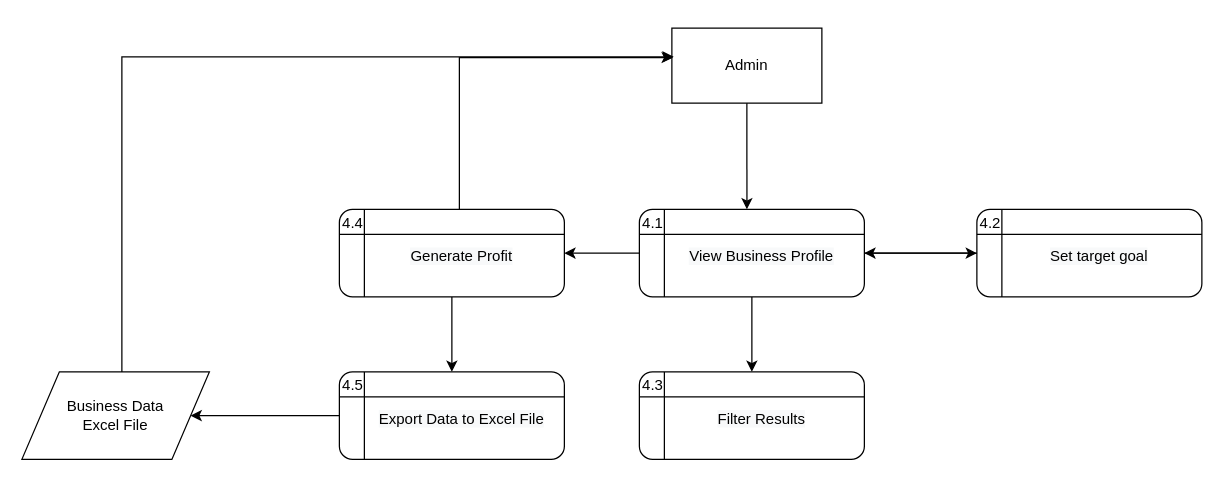
Before: page "Revision Level 2 DFD (Business Analytics)" (10 of 10) of DFD DIAGRAMS.drawio in BryanFabellore/Team_SPOTLIGHT, a draw.io diagram. Source tidied: cells renumbered, new cells numbered last; positions are measured from the earlier drawing's top-left corner, leaving out a move shared by most shapes. Both pictures are drawn from the tidied source at 125%, with x=0, y=0 at pixel (21, 28).
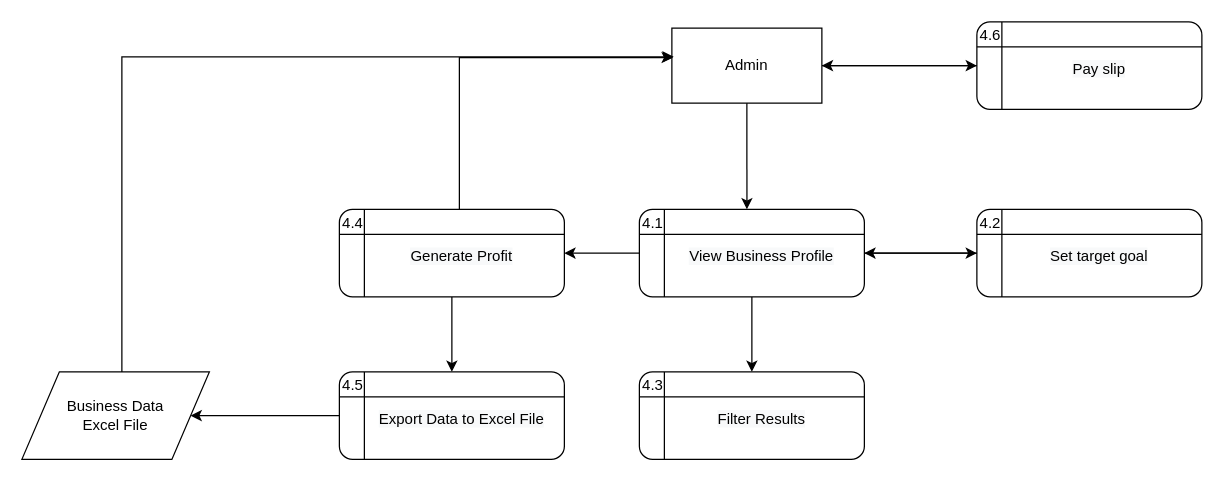
After the change.

The change refers to these unchanged cells:
```xml
<mxCell id="8" value="Admin" style="rounded=0;whiteSpace=wrap;html=1;strokeColor=default;fontFamily=Helvetica;fontSize=12;fontColor=default;fillColor=#FFFFFF;" parent="1" vertex="1">
  <mxGeometry x="520" width="120" height="60" as="geometry" />
</mxCell>
```

Change to the diagram source:
```diff
@@
+    <mxCell id="38" style="edgeStyle=orthogonalEdgeStyle;rounded=0;jettySize=auto;html=1;entryX=0;entryY=0.5;entryDx=0;entryDy=0;" parent="1" edge="1" source="8" target="40">
+      <mxGeometry relative="1" as="geometry" />
+    </mxCell>
@@
+    <mxCell id="39" style="group;" parent="1" vertex="1">
+      <mxGeometry x="760" y="-5" width="184" height="70" as="geometry" />
+    </mxCell>
+    <mxCell id="40" style="shape=internalStorage;whiteSpace=wrap;html=1;backgroundOutline=1;rounded=1;strokeColor=default;fontFamily=Helvetica;fontSize=12;fontColor=default;fillColor=#FFFFFF;" parent="39" vertex="1">
+      <mxGeometry x="4" width="180" height="70" as="geometry" />
+    </mxCell>
+    <mxCell id="41" value="4.6" style="text;html=1;strokeColor=none;fillColor=none;align=center;verticalAlign=middle;whiteSpace=wrap;rounded=0;" parent="39" vertex="1">
+      <mxGeometry y="1" width="30" height="20" as="geometry" />
+    </mxCell>
+    <mxCell id="42" value="&lt;span style=&quot;color: rgb(0, 0, 0); font-family: Helvetica; font-size: 12px; font-style: normal; font-variant-ligatures: normal; font-variant-caps: normal; font-weight: 400; letter-spacing: normal; orphans: 2; text-indent: 0px; text-transform: none; widows: 2; word-spacing: 0px; -webkit-text-stroke-width: 0px; background-color: rgb(248, 249, 250); text-decoration-thickness: initial; text-decoration-style: initial; text-decoration-color: initial; float: none; display: inline !important;&quot;&gt;Pay slip&lt;/span&gt;" style="text;whiteSpace=wrap;html=1;align=center;" parent="39" vertex="1">
+      <mxGeometry x="27" y="24" width="150" height="40" as="geometry" />
+    </mxCell>
+    <mxCell id="43" style="edgeStyle=orthogonalEdgeStyle;rounded=0;orthogonalLoop=1;jettySize=auto;html=1;exitX=0.5;exitY=1;exitDx=0;exitDy=0;" parent="39" edge="1">
+      <mxGeometry relative="1" as="geometry">
+        <mxPoint x="-168" y="69" as="sourcePoint" />
+        <mxPoint x="-168" y="69" as="targetPoint" />
+      </mxGeometry>
+    </mxCell>
+    <mxCell id="44" style="edgeStyle=orthogonalEdgeStyle;rounded=0;jettySize=auto;html=1;entryX=1;entryY=0.5;entryDx=0;entryDy=0;" parent="1" edge="1" source="40" target="8">
+      <mxGeometry relative="1" as="geometry" />
+    </mxCell>
```
